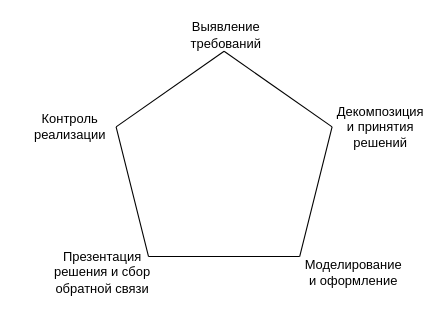
Earlier version of the draw.io diagram src/draw.io/task-solving-model.drawio (b1ff/learning-architect.blog). Source tidied: cells renumbered, new cells numbered last; positions are measured from the earlier drawing's top-left corner, leaving out a move shared by most shapes. Both pictures are drawn from the tidied source at 108%, with x=0, y=0 at pixel (18, 18).
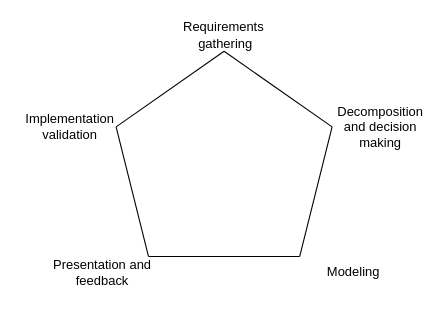
The same diagram, later.

The edit, as a diff of the source:
```diff
@@
 <mxGraphModel>
   <root>
     <mxCell id="0" />
     <mxCell id="1" parent="0" />
     <mxCell id="2" style="endArrow=none;html=1;rounded=0;" parent="1" edge="1">
       <mxGeometry relative="1" as="geometry">
         <mxPoint x="90" y="100" as="sourcePoint" />
         <mxPoint x="190" y="30" as="targetPoint" />
       </mxGeometry>
     </mxCell>
     <mxCell id="3" style="endArrow=none;html=1;rounded=0;" parent="1" edge="1">
       <mxGeometry relative="1" as="geometry">
         <mxPoint x="120" y="220" as="sourcePoint" />
         <mxPoint x="90" y="100" as="targetPoint" />
       </mxGeometry>
     </mxCell>
     <mxCell id="4" style="endArrow=none;html=1;rounded=0;" parent="1" edge="1">
       <mxGeometry relative="1" as="geometry">
         <mxPoint x="260" y="220" as="sourcePoint" />
         <mxPoint x="120" y="220" as="targetPoint" />
       </mxGeometry>
     </mxCell>
     <mxCell id="5" style="endArrow=none;html=1;rounded=0;sketch=0;" parent="1" edge="1">
       <mxGeometry relative="1" as="geometry">
         <mxPoint x="190" y="30" as="sourcePoint" />
         <mxPoint x="290" y="100" as="targetPoint" />
       </mxGeometry>
     </mxCell>
     <mxCell id="6" style="endArrow=none;html=1;rounded=0;sketch=0;" parent="1" edge="1">
       <mxGeometry relative="1" as="geometry">
         <mxPoint x="290" y="100" as="sourcePoint" />
         <mxPoint x="260" y="220" as="targetPoint" />
       </mxGeometry>
     </mxCell>
-    <mxCell id="7" value="Выявление требований" style="text;html=1;strokeColor=none;fillColor=none;align=center;verticalAlign=middle;whiteSpace=wrap;rounded=0;" parent="1" vertex="1">
-      <mxGeometry x="157" width="70" height="30" as="geometry" />
+    <mxCell id="7" value="Requirements&amp;nbsp;&lt;br&gt;gathering" style="text;html=1;strokeColor=none;fillColor=none;align=center;verticalAlign=middle;whiteSpace=wrap;rounded=0;" parent="1" vertex="1">
+      <mxGeometry x="150" width="83" height="30" as="geometry" />
     </mxCell>
-    <mxCell id="8" value="Декомпозиция и принятия решений" style="text;html=1;strokeColor=none;fillColor=none;align=center;verticalAlign=middle;whiteSpace=wrap;rounded=0;" parent="1" vertex="1">
+    <mxCell id="8" value="Decomposition and decision making" style="text;html=1;strokeColor=none;fillColor=none;align=center;verticalAlign=middle;whiteSpace=wrap;rounded=0;" parent="1" vertex="1">
       <mxGeometry x="290" y="80" width="90" height="40" as="geometry" />
     </mxCell>
-    <mxCell id="9" value="Моделирование и оформление" style="text;html=1;strokeColor=none;fillColor=none;align=center;verticalAlign=middle;whiteSpace=wrap;rounded=0;" parent="1" vertex="1">
+    <mxCell id="9" value="Modeling" style="text;html=1;strokeColor=none;fillColor=none;align=center;verticalAlign=middle;whiteSpace=wrap;rounded=0;" parent="1" vertex="1">
       <mxGeometry x="265" y="215" width="90" height="40" as="geometry" />
     </mxCell>
-    <mxCell id="10" value="Презентация решения и сбор обратной связи" style="text;html=1;strokeColor=none;fillColor=none;align=center;verticalAlign=middle;whiteSpace=wrap;rounded=0;" parent="1" vertex="1">
+    <mxCell id="10" value="Presentation and feedback" style="text;html=1;strokeColor=none;fillColor=none;align=center;verticalAlign=middle;whiteSpace=wrap;rounded=0;" parent="1" vertex="1">
       <mxGeometry x="30" y="210" width="95" height="50" as="geometry" />
     </mxCell>
-    <mxCell id="11" value="Контроль реализации" style="text;html=1;strokeColor=none;fillColor=none;align=center;verticalAlign=middle;whiteSpace=wrap;rounded=0;" parent="1" vertex="1">
+    <mxCell id="11" value="Implementation&lt;br&gt;validation" style="text;html=1;strokeColor=none;fillColor=none;align=center;verticalAlign=middle;whiteSpace=wrap;rounded=0;" parent="1" vertex="1">
       <mxGeometry y="75" width="95" height="50" as="geometry" />
     </mxCell>
   </root>
 </mxGraphModel>
```
